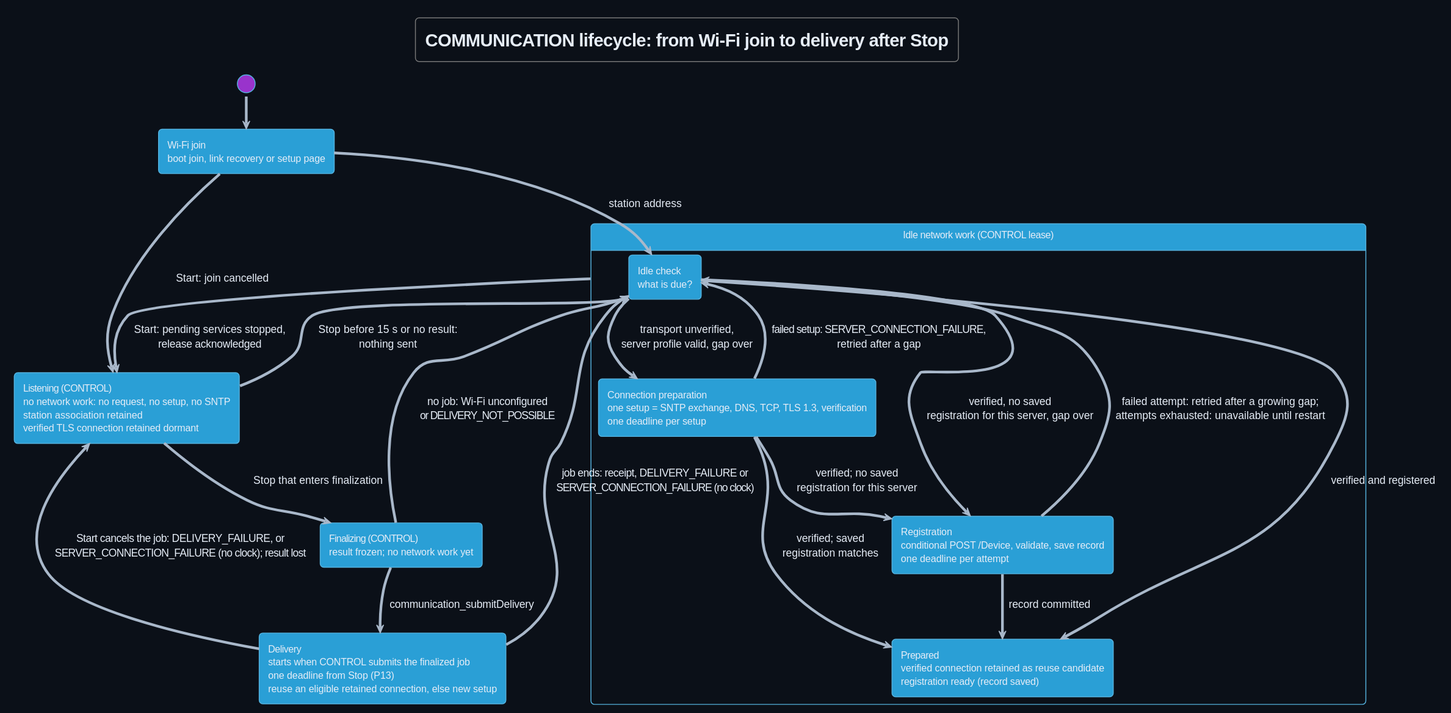
This is Development/system/architecture/COMMUNICATION/rendered/communication_lifecycle.svg from DemonicPsychoII/DigitalStethoscope, a PlantUML export, as it was before one commit. Source of this version:
```plantuml
@startuml
!theme cyborg
!pragma layout smetana
skinparam shadowing false
skinparam defaultFontName SansSerif
skinparam backgroundColor #0b1018
skinparam defaultFontColor #e6edf7
skinparam ArrowColor #a9b8ca
title COMMUNICATION lifecycle: from Wi-Fi join to delivery after Stop
hide empty description
state "Wi-Fi join\nboot join, link recovery or setup page" as Join
state "Idle network work (CONTROL lease)" as Idle {
 state "Idle check\nwhat is due?" as Check
 state "Connection preparation\none setup = SNTP exchange, DNS, TCP, TLS 1.3, verification\none deadline per setup" as Preparation
 state "Registration\nconditional POST /Device, validate, save record\none deadline per attempt" as Registration
 state "Prepared\nverified connection retained as reuse candidate\nregistration ready (record saved)" as Prepared
}
state "Listening (CONTROL)\nno network work: no request, no setup, no SNTP\nstation association retained\nverified TLS connection retained dormant" as Listening
state "Finalizing (CONTROL)\nresult frozen; no network work yet" as Finalizing
state "Delivery\nstarts when CONTROL submits the finalized job\none deadline from Stop (P13)\nreuse an eligible retained connection, else new setup" as Delivery
[*] --> Join
Join -down-> Check : station address
Check --> Preparation : transport unverified,\nserver profile valid, gap over
Check --> Registration : verified, no saved\nregistration for this server, gap over
Check --> Prepared : verified and registered
Preparation --> Check : failed setup: SERVER_CONNECTION_FAILURE,\nretried after a gap
Preparation --> Registration : verified; no saved\nregistration for this server
Preparation --> Prepared : verified; saved\nregistration matches
Registration --> Prepared : record committed
Registration --> Check : failed attempt: retried after a growing gap;\nattempts exhausted: unavailable until restart
Idle -down-> Listening : Start: pending services stopped,\nrelease acknowledged
Join --> Listening : Start: join cancelled
Listening -up-> Check : Stop before 15 s or no result:\nnothing sent
Listening -down-> Finalizing : Stop that enters finalization
Finalizing -up-> Check : no job: Wi-Fi unconfigured\nor DELIVERY_NOT_POSSIBLE
Finalizing -down-> Delivery : communication_submitDelivery
Delivery -up-> Check : job ends: receipt, DELIVERY_FAILURE or\nSERVER_CONNECTION_FAILURE (no clock)
Delivery -up-> Listening : Start cancels the job: DELIVERY_FAILURE, or\nSERVER_CONNECTION_FAILURE (no clock); result lost
@enduml
```
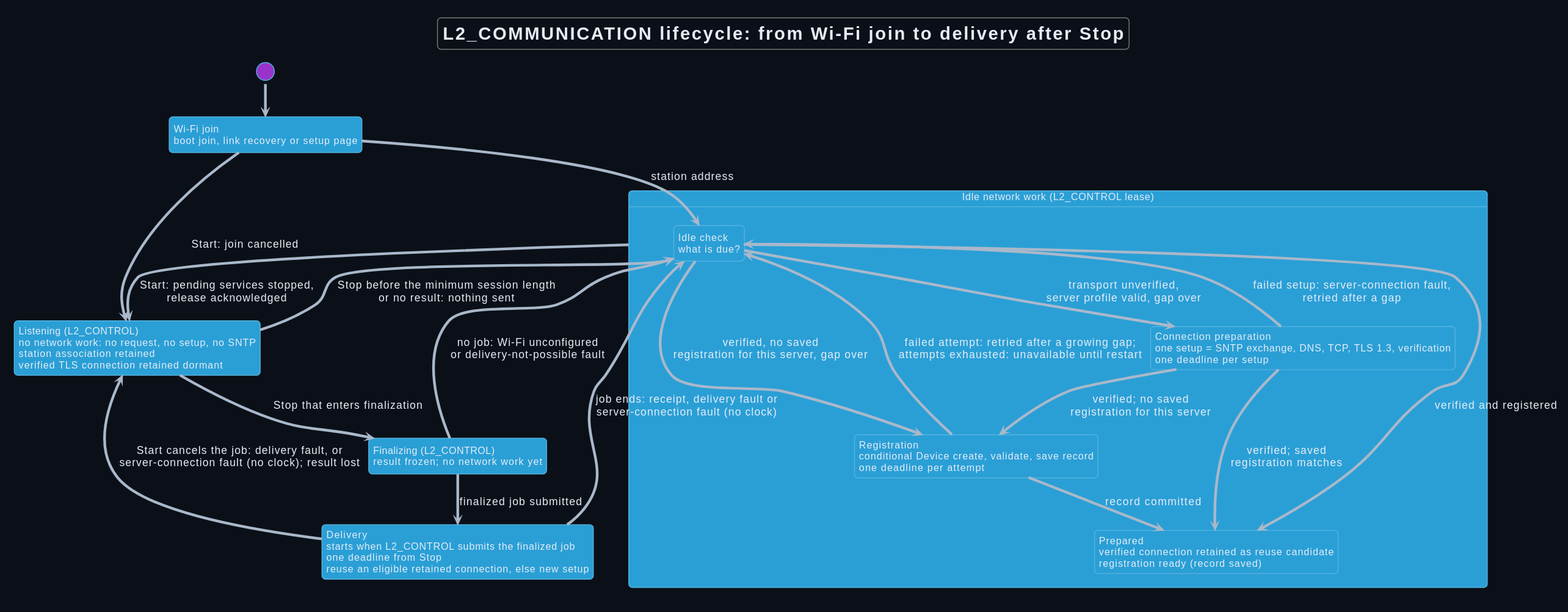
The same file after the commit.

What changed in the source:
```diff
@@ -6,34 +6,34 @@
 skinparam backgroundColor #0b1018
 skinparam defaultFontColor #e6edf7
 skinparam ArrowColor #a9b8ca
-title COMMUNICATION lifecycle: from Wi-Fi join to delivery after Stop
+title L2_COMMUNICATION lifecycle: from Wi-Fi join to delivery after Stop
 hide empty description
 state "Wi-Fi join\nboot join, link recovery or setup page" as Join
-state "Idle network work (CONTROL lease)" as Idle {
+state "Idle network work (L2_CONTROL lease)" as Idle {
  state "Idle check\nwhat is due?" as Check
  state "Connection preparation\none setup = SNTP exchange, DNS, TCP, TLS 1.3, verification\none deadline per setup" as Preparation
- state "Registration\nconditional POST /Device, validate, save record\none deadline per attempt" as Registration
+ state "Registration\nconditional Device create, validate, save record\none deadline per attempt" as Registration
  state "Prepared\nverified connection retained as reuse candidate\nregistration ready (record saved)" as Prepared
 }
-state "Listening (CONTROL)\nno network work: no request, no setup, no SNTP\nstation association retained\nverified TLS connection retained dormant" as Listening
-state "Finalizing (CONTROL)\nresult frozen; no network work yet" as Finalizing
-state "Delivery\nstarts when CONTROL submits the finalized job\none deadline from Stop (P13)\nreuse an eligible retained connection, else new setup" as Delivery
+state "Listening (L2_CONTROL)\nno network work: no request, no setup, no SNTP\nstation association retained\nverified TLS connection retained dormant" as Listening
+state "Finalizing (L2_CONTROL)\nresult frozen; no network work yet" as Finalizing
+state "Delivery\nstarts when L2_CONTROL submits the finalized job\none deadline from Stop\nreuse an eligible retained connection, else new setup" as Delivery
 [*] --> Join
 Join -down-> Check : station address
 Check --> Preparation : transport unverified,\nserver profile valid, gap over
 Check --> Registration : verified, no saved\nregistration for this server, gap over
 Check --> Prepared : verified and registered
-Preparation --> Check : failed setup: SERVER_CONNECTION_FAILURE,\nretried after a gap
+Preparation --> Check : failed setup: server-connection fault,\nretried after a gap
 Preparation --> Registration : verified; no saved\nregistration for this server
 Preparation --> Prepared : verified; saved\nregistration matches
 Registration --> Prepared : record committed
 Registration --> Check : failed attempt: retried after a growing gap;\nattempts exhausted: unavailable until restart
 Idle -down-> Listening : Start: pending services stopped,\nrelease acknowledged
 Join --> Listening : Start: join cancelled
-Listening -up-> Check : Stop before 15 s or no result:\nnothing sent
+Listening -up-> Check : Stop before the minimum session length\nor no result: nothing sent
 Listening -down-> Finalizing : Stop that enters finalization
-Finalizing -up-> Check : no job: Wi-Fi unconfigured\nor DELIVERY_NOT_POSSIBLE
-Finalizing -down-> Delivery : communication_submitDelivery
-Delivery -up-> Check : job ends: receipt, DELIVERY_FAILURE or\nSERVER_CONNECTION_FAILURE (no clock)
-Delivery -up-> Listening : Start cancels the job: DELIVERY_FAILURE, or\nSERVER_CONNECTION_FAILURE (no clock); result lost
+Finalizing -up-> Check : no job: Wi-Fi unconfigured\nor delivery-not-possible fault
+Finalizing -down-> Delivery : finalized job submitted
+Delivery -up-> Check : job ends: receipt, delivery fault or\nserver-connection fault (no clock)
+Delivery -up-> Listening : Start cancels the job: delivery fault, or\nserver-connection fault (no clock); result lost
 @enduml
```
